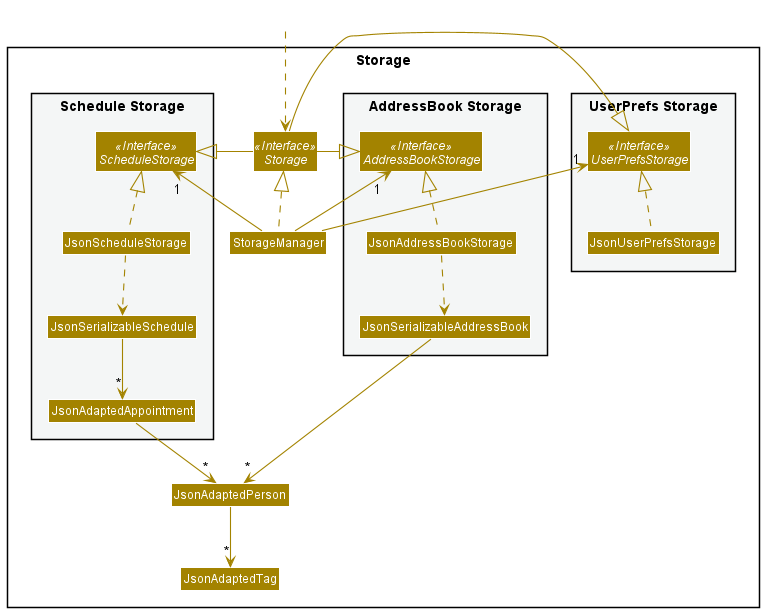
Before: docs/images/StorageClassDiagram.png, a diagram exported from PlantUML (nus-cs2103-AY2122S1/tp).
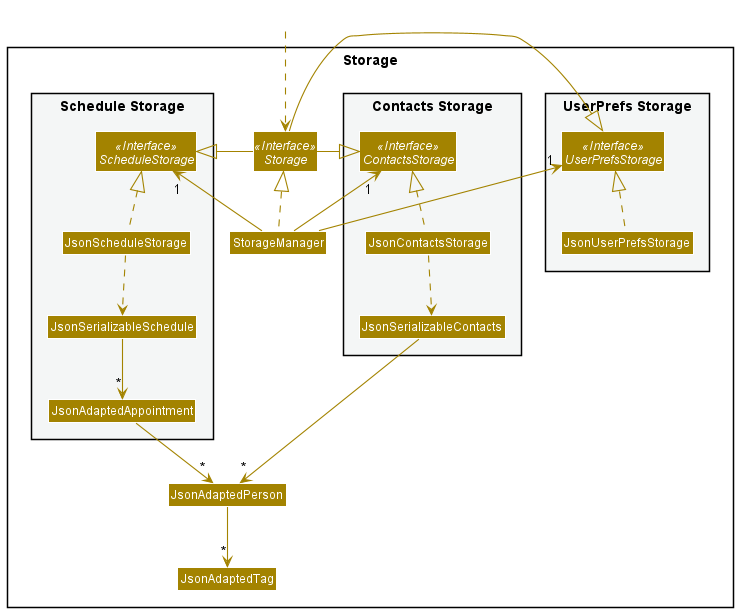
Above is the later version.

The edit, as a diff of the source:
```diff
@@ -14,10 +14,10 @@
 Interface Storage <<Interface>>
 Class StorageManager
 
-package "AddressBook Storage" #F4F6F6{
-Interface AddressBookStorage <<Interface>>
-Class JsonAddressBookStorage
-Class JsonSerializableAddressBook
+package "Contacts Storage" #F4F6F6{
+Interface ContactsStorage <<Interface>>
+Class JsonContactsStorage
+Class JsonSerializableContacts
 }
 
 package "Schedule Storage" #F4F6F6{
@@ -37,17 +37,17 @@
 
 StorageManager .up.|> Storage
 StorageManager -up-> "1" UserPrefsStorage
-StorageManager -up-> "1" AddressBookStorage
+StorageManager -up-> "1" ContactsStorage
 StorageManager -up-> "1" ScheduleStorage
 
 Storage -left-|> UserPrefsStorage
-Storage -left-|> AddressBookStorage
+Storage -left-|> ContactsStorage
 Storage -right-|> ScheduleStorage
 
 JsonUserPrefsStorage .up.|> UserPrefsStorage
-JsonAddressBookStorage .up.|> AddressBookStorage
-JsonAddressBookStorage ..> JsonSerializableAddressBook
-JsonSerializableAddressBook --> "*" JsonAdaptedPerson
+JsonContactsStorage .up.|> ContactsStorage
+JsonContactsStorage ..> JsonSerializableContacts
+JsonSerializableContacts --> "*" JsonAdaptedPerson
 JsonAdaptedPerson --> "*" JsonAdaptedTag
 JsonScheduleStorage .up.|> ScheduleStorage
 JsonScheduleStorage ..> JsonSerializableSchedule
```
